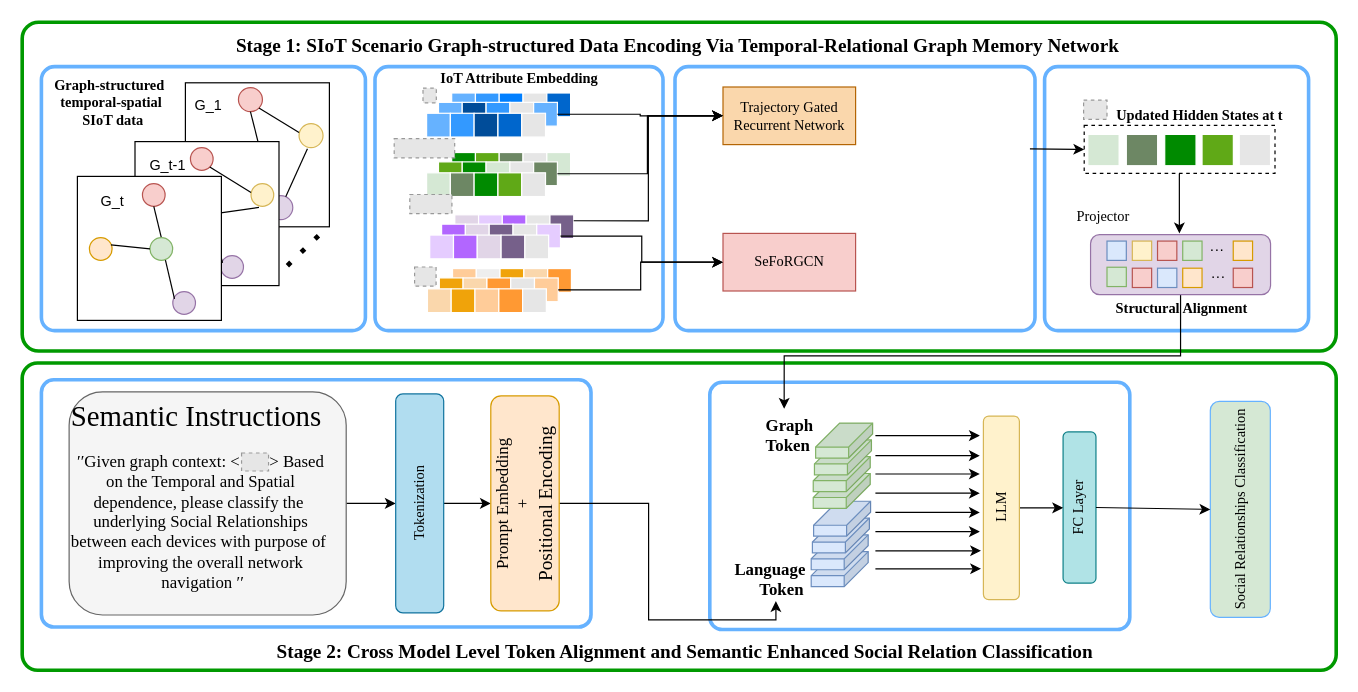
hzb29/hzb29 keeps this draw.io diagram as 未命名绘图.drawio. Above is the earlier version. Source tidied: cells renumbered, new cells numbered last; positions are measured from the earlier drawing's top-left corner, leaving out a move shared by most shapes. Both pictures are drawn from the tidied source at 120%, with x=0, y=0 at pixel (22, 22). Pictures stored in the file or linked from it are replaced by grey dashed boxes.
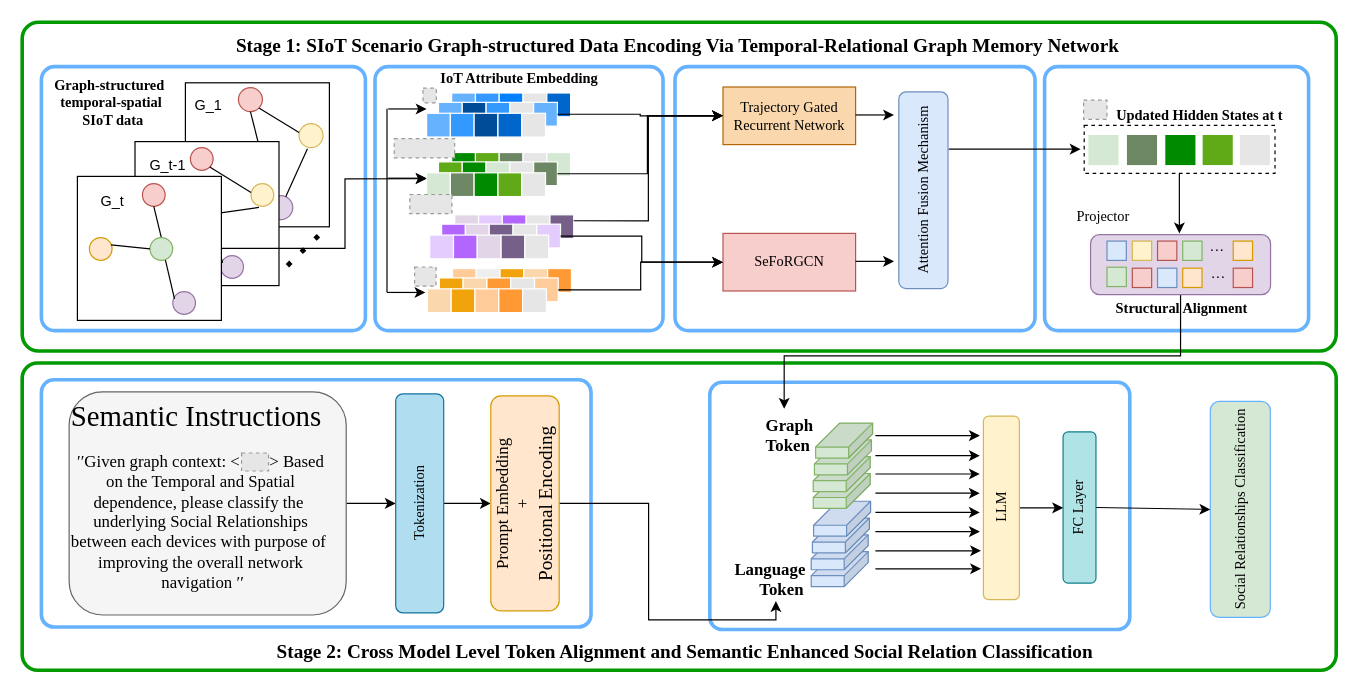
Above is the later version.

Commit message (it also covers changes not shown here):
更新未命名绘图.drawio

The change refers to these unchanged cells:
```xml
<mxCell id="15" style="rounded=0;whiteSpace=wrap;html=1;dashed=1;" parent="1" vertex="1">
  <mxGeometry x="885" y="86" width="159" height="40" as="geometry" />
</mxCell>
<mxCell id="41" style="rounded=0;whiteSpace=wrap;html=1;" parent="1" vertex="1">
  <mxGeometry x="46" y="128.5" width="120" height="120" as="geometry" />
</mxCell>
<mxCell id="160" style="whiteSpace=wrap;html=1;strokeColor=#FFFFFF;fillColor=#d5e8d4;" parent="147" vertex="1">
  <mxGeometry y="16.9" width="19.8" height="19.8" as="geometry" />
</mxCell>
```

Change to the diagram source:
```diff
@@
+    <mxCell id="193" style="edgeStyle=orthogonalEdgeStyle;rounded=0;jettySize=auto;html=1;exitX=1;exitY=0.5;exitDx=0;exitDy=0;entryX=0;entryY=0.25;entryDx=0;entryDy=0;" parent="1" edge="1" source="41" target="160">
+      <mxGeometry relative="1" as="geometry">
+        <Array as="points">
+          <mxPoint x="269" y="188" />
+          <mxPoint x="269" y="130" />
+        </Array>
+      </mxGeometry>
+    </mxCell>
@@
-    <mxCell id="59" style="endArrow=classic;html=1;rounded=0;exitX=1;exitY=0.5;exitDx=0;exitDy=0;entryX=0;entryY=0.5;entryDx=0;entryDy=0;" parent="1" edge="1" target="15">
+    <mxCell id="59" style="endArrow=classic;html=1;rounded=0;entryX=0;entryY=0.5;entryDx=0;entryDy=0;" parent="1" edge="1">
       <mxGeometry relative="1" as="geometry">
-        <mxPoint x="839.8" y="105.5" as="sourcePoint" />
+        <mxPoint x="772" y="105.8" as="sourcePoint" />
+        <mxPoint x="882" y="105.8" as="targetPoint" />
       </mxGeometry>
     </mxCell>
@@
+    <mxCell id="194" style="endArrow=none;html=1;rounded=0;" parent="1" edge="1">
+      <mxGeometry relative="1" as="geometry">
+        <mxPoint x="304" y="72.1" as="sourcePoint" />
+        <mxPoint x="304" y="225.1" as="targetPoint" />
+      </mxGeometry>
+    </mxCell>
+    <mxCell id="195" style="endArrow=classic;html=1;rounded=0;" parent="1" edge="1">
+      <mxGeometry relative="1" as="geometry">
+        <mxPoint x="305" y="72.3" as="sourcePoint" />
+        <mxPoint x="337" y="72.3" as="targetPoint" />
+      </mxGeometry>
+    </mxCell>
+    <mxCell id="196" style="endArrow=classic;html=1;rounded=0;" parent="1" edge="1">
+      <mxGeometry relative="1" as="geometry">
+        <mxPoint x="305" y="130" as="sourcePoint" />
+        <mxPoint x="337" y="130" as="targetPoint" />
+      </mxGeometry>
+    </mxCell>
+    <mxCell id="197" style="endArrow=classic;html=1;rounded=0;" parent="1" edge="1">
+      <mxGeometry relative="1" as="geometry">
+        <mxPoint x="304" y="225.2" as="sourcePoint" />
+        <mxPoint x="336" y="225.2" as="targetPoint" />
+      </mxGeometry>
+    </mxCell>
+    <mxCell id="198" value="&lt;font face=&quot;Times New Roman&quot;&gt;Attention Fusion Mechanism&lt;/font&gt;" style="rounded=1;whiteSpace=wrap;html=1;fillColor=#dae8fc;strokeColor=#6c8ebf;rotation=-90;" parent="1" vertex="1">
+      <mxGeometry x="669" y="119.5" width="164" height="41" as="geometry" />
+    </mxCell>
+    <mxCell id="199" style="endArrow=classic;html=1;rounded=0;" parent="1" edge="1">
+      <mxGeometry relative="1" as="geometry">
+        <mxPoint x="694.5" y="77.3" as="sourcePoint" />
+        <mxPoint x="726.5" y="77.3" as="targetPoint" />
+      </mxGeometry>
+    </mxCell>
+    <mxCell id="200" style="endArrow=classic;html=1;rounded=0;" parent="1" edge="1">
+      <mxGeometry relative="1" as="geometry">
+        <mxPoint x="694.5" y="199.3" as="sourcePoint" />
+        <mxPoint x="726.5" y="199.3" as="targetPoint" />
+      </mxGeometry>
+    </mxCell>
```
